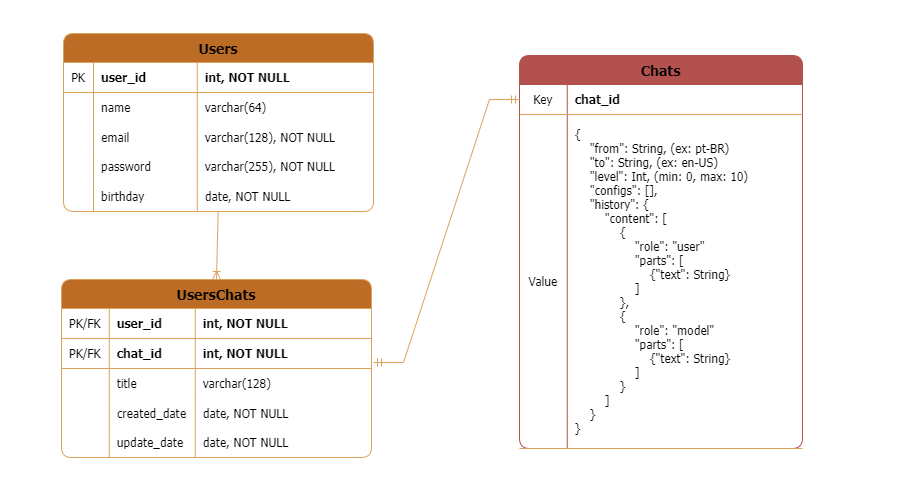
This is docs/DER.drawio.png from Kaindall/ByTongue_DSM, a draw.io export, as it was before one commit. Source tidied: cells renumbered, new cells last; positions are measured from the earlier drawing's top-left corner, leaving out a move shared by most shapes.
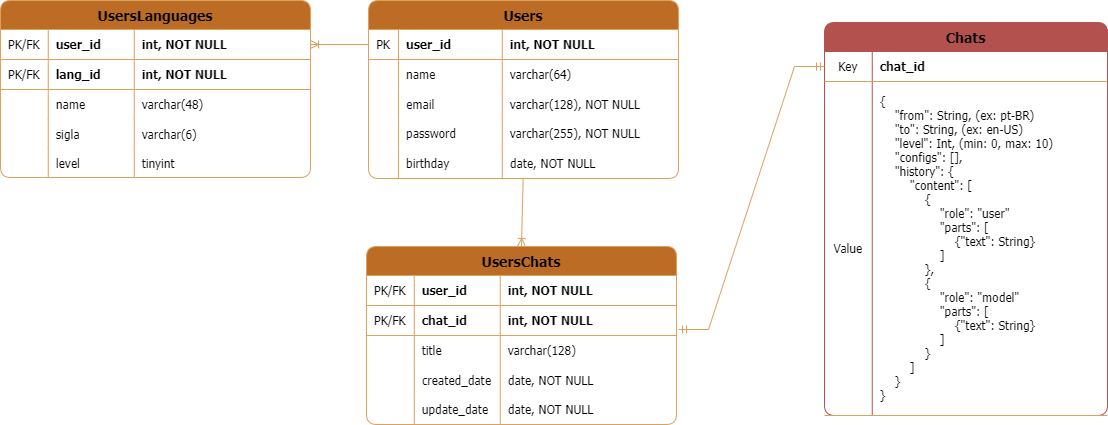
Above is the later version.

Diff of the diagram source:
```diff
@@ -163,5 +163,77 @@
         <mxPoint x="312" y="329" as="sourcePoint" />
       </mxGeometry>
     </mxCell>
+    <mxCell id="55" value="UsersLanguages" style="shape=table;startSize=29;rowLines=0;fontStyle=1;align=center;rounded=1;labelBackgroundColor=none;fillColor=#BC6C25;strokeColor=#DDA15E;fontColor=#000000;fontFamily=Tahoma;fontSize=14;textShadow=0;arcSize=12;" parent="1" vertex="1">
+      <mxGeometry x="-366" width="310" height="177" as="geometry" />
+    </mxCell>
+    <mxCell id="56" style="shape=partialRectangle;fillColor=none;points=[[0,0.5],[1,0.5]];portConstraint=eastwest;top=0;left=0;right=0;bottom=1;rounded=1;labelBackgroundColor=none;strokeColor=#DDA15E;fontColor=#000000;fontFamily=Tahoma;fontSize=12;fontStyle=0;textShadow=0;" parent="55" vertex="1">
+      <mxGeometry y="29" width="310" height="30" as="geometry" />
+    </mxCell>
+    <mxCell id="57" value="PK/FK" style="shape=partialRectangle;overflow=hidden;fillColor=none;top=0;left=0;bottom=0;right=0;fontStyle=0;rounded=1;labelBackgroundColor=none;strokeColor=#DDA15E;fontColor=#000000;fontFamily=Tahoma;fontSize=12;textShadow=0;" parent="56" vertex="1">
+      <mxGeometry width="47.8" height="30" as="geometry" />
+    </mxCell>
+    <mxCell id="58" value="user_id" style="shape=partialRectangle;overflow=hidden;fillColor=none;top=0;left=0;bottom=0;right=0;align=left;spacingLeft=6;fontStyle=1;rounded=1;labelBackgroundColor=none;strokeColor=#DDA15E;fontColor=#000000;fontFamily=Tahoma;fontSize=12;textShadow=0;" parent="56" vertex="1">
+      <mxGeometry x="47.8" width="86" height="30" as="geometry" />
+    </mxCell>
+    <mxCell id="59" value="int, NOT NULL" style="shape=partialRectangle;overflow=hidden;fillColor=none;top=0;left=0;bottom=0;right=0;align=left;spacingLeft=6;fontStyle=1;rounded=1;labelBackgroundColor=none;strokeColor=#DDA15E;fontColor=#000000;fontFamily=Tahoma;fontSize=12;textShadow=0;" parent="56" vertex="1">
+      <mxGeometry x="133.8" width="176.2" height="30" as="geometry" />
+    </mxCell>
+    <mxCell id="60" style="shape=partialRectangle;fillColor=none;top=0;left=0;right=0;bottom=1;rounded=1;labelBackgroundColor=none;strokeColor=#DDA15E;fontColor=#000000;fontFamily=Tahoma;fontSize=12;fontStyle=0;textShadow=0;" parent="55" vertex="1">
+      <mxGeometry y="59" width="310" height="30" as="geometry" />
+    </mxCell>
+    <mxCell id="61" value="PK/FK" style="shape=partialRectangle;overflow=hidden;fillColor=none;top=0;left=0;bottom=0;right=0;fontStyle=0;rounded=1;labelBackgroundColor=none;strokeColor=#DDA15E;fontColor=#000000;fontFamily=Tahoma;fontSize=12;textShadow=0;" parent="60" vertex="1">
+      <mxGeometry width="47.8" height="30" as="geometry" />
+    </mxCell>
+    <mxCell id="62" value="lang_id" style="shape=partialRectangle;overflow=hidden;fillColor=none;top=0;left=0;bottom=0;right=0;align=left;spacingLeft=6;fontStyle=1;rounded=1;labelBackgroundColor=none;strokeColor=#DDA15E;fontColor=#000000;fontFamily=Tahoma;fontSize=12;textShadow=0;" parent="60" vertex="1">
+      <mxGeometry x="47.8" width="86" height="30" as="geometry" />
+    </mxCell>
+    <mxCell id="63" value="int, NOT NULL" style="shape=partialRectangle;overflow=hidden;fillColor=none;top=0;left=0;bottom=0;right=0;align=left;spacingLeft=6;fontStyle=1;rounded=1;labelBackgroundColor=none;strokeColor=#DDA15E;fontColor=#000000;fontFamily=Tahoma;fontSize=12;textShadow=0;" parent="60" vertex="1">
+      <mxGeometry x="133.8" width="176.2" height="30" as="geometry" />
+    </mxCell>
+    <mxCell id="64" style="shape=partialRectangle;fillColor=none;top=0;left=0;right=0;bottom=0;rounded=1;labelBackgroundColor=none;strokeColor=#DDA15E;fontColor=#000000;fontFamily=Tahoma;fontSize=12;fontStyle=0;textShadow=0;" parent="55" vertex="1">
+      <mxGeometry y="89" width="310" height="30" as="geometry" />
+    </mxCell>
+    <mxCell id="65" style="shape=partialRectangle;overflow=hidden;fillColor=none;top=0;left=0;bottom=0;right=0;rounded=1;labelBackgroundColor=none;strokeColor=#DDA15E;fontColor=#000000;fontFamily=Tahoma;fontSize=12;fontStyle=0;textShadow=0;" parent="64" vertex="1">
+      <mxGeometry width="47.8" height="30" as="geometry" />
+    </mxCell>
+    <mxCell id="66" value="name" style="shape=partialRectangle;overflow=hidden;fillColor=none;top=0;left=0;bottom=0;right=0;align=left;spacingLeft=6;rounded=1;labelBackgroundColor=none;strokeColor=#DDA15E;fontColor=#000000;fontFamily=Tahoma;fontSize=12;fontStyle=0;textShadow=0;" parent="64" vertex="1">
+      <mxGeometry x="47.8" width="86" height="30" as="geometry" />
+    </mxCell>
+    <mxCell id="67" value="varchar(48)" style="shape=partialRectangle;overflow=hidden;fillColor=none;top=0;left=0;bottom=0;right=0;align=left;spacingLeft=6;rounded=1;labelBackgroundColor=none;strokeColor=#DDA15E;fontColor=#000000;fontFamily=Tahoma;fontSize=12;fontStyle=0;textShadow=0;" parent="64" vertex="1">
+      <mxGeometry x="133.8" width="176.2" height="30" as="geometry" />
+    </mxCell>
+    <mxCell id="68" style="shape=partialRectangle;fillColor=none;top=0;left=0;right=0;bottom=0;rounded=1;labelBackgroundColor=none;strokeColor=#DDA15E;fontColor=#000000;fontFamily=Tahoma;fontSize=12;fontStyle=0;textShadow=0;shadow=0;" parent="55" vertex="1">
+      <mxGeometry y="119" width="310" height="29" as="geometry" />
+    </mxCell>
+    <mxCell id="69" style="shape=partialRectangle;overflow=hidden;fillColor=none;top=0;left=0;bottom=0;right=0;rounded=1;labelBackgroundColor=none;strokeColor=#DDA15E;fontColor=#000000;fontFamily=Tahoma;fontSize=12;fontStyle=0;textShadow=0;" parent="68" vertex="1">
+      <mxGeometry width="47.8" height="29" as="geometry" />
+    </mxCell>
+    <mxCell id="70" value="sigla" style="shape=partialRectangle;overflow=hidden;fillColor=none;top=0;left=0;bottom=0;right=0;align=left;spacingLeft=6;rounded=1;labelBackgroundColor=none;strokeColor=#DDA15E;fontColor=#000000;fontFamily=Tahoma;fontSize=12;fontStyle=0;textShadow=0;strokeWidth=1;" parent="68" vertex="1">
+      <mxGeometry x="47.8" width="86" height="29" as="geometry" />
+    </mxCell>
+    <mxCell id="71" value="varchar(6)" style="shape=partialRectangle;overflow=hidden;fillColor=none;top=0;left=0;bottom=0;right=0;align=left;spacingLeft=6;rounded=1;labelBackgroundColor=none;strokeColor=#DDA15E;fontColor=#000000;fontFamily=Tahoma;fontSize=12;fontStyle=0;textShadow=0;" parent="68" vertex="1">
+      <mxGeometry x="133.8" width="176.2" height="29" as="geometry" />
+    </mxCell>
+    <mxCell id="72" style="shape=partialRectangle;fillColor=none;top=0;left=0;right=0;bottom=0;rounded=1;labelBackgroundColor=none;strokeColor=#DDA15E;fontColor=#000000;fontFamily=Tahoma;fontSize=12;fontStyle=0;textShadow=0;shadow=0;" parent="55" vertex="1">
+      <mxGeometry y="148" width="310" height="29" as="geometry" />
+    </mxCell>
+    <mxCell id="73" style="shape=partialRectangle;overflow=hidden;fillColor=none;top=0;left=0;bottom=0;right=0;rounded=1;labelBackgroundColor=none;strokeColor=#DDA15E;fontColor=#000000;fontFamily=Tahoma;fontSize=12;fontStyle=0;textShadow=0;" parent="72" vertex="1">
+      <mxGeometry width="47.8" height="29" as="geometry" />
+    </mxCell>
+    <mxCell id="74" value="level" style="shape=partialRectangle;overflow=hidden;fillColor=none;top=0;left=0;bottom=0;right=0;align=left;spacingLeft=6;rounded=1;labelBackgroundColor=none;strokeColor=#DDA15E;fontColor=#000000;fontFamily=Tahoma;fontSize=12;fontStyle=0;textShadow=0;strokeWidth=1;" parent="72" vertex="1">
+      <mxGeometry x="47.8" width="86" height="29" as="geometry" />
+    </mxCell>
+    <mxCell id="75" value="tinyint" style="shape=partialRectangle;overflow=hidden;fillColor=none;top=0;left=0;bottom=0;right=0;align=left;spacingLeft=6;rounded=1;labelBackgroundColor=none;strokeColor=#DDA15E;fontColor=#000000;fontFamily=Tahoma;fontSize=12;fontStyle=0;textShadow=0;" parent="72" vertex="1">
+      <mxGeometry x="133.8" width="176.2" height="29" as="geometry" />
+    </mxCell>
+    <mxCell id="76" style="fontSize=12;html=1;endArrow=ERoneToMany;rounded=0;strokeColor=#DDA15E;fontColor=#000000;fillColor=#BC6C25;entryX=1;entryY=0.5;entryDx=0;entryDy=0;exitX=0;exitY=0.5;exitDx=0;exitDy=0;" parent="1" edge="1" source="3" target="56">
+      <mxGeometry relative="1" as="geometry" />
+    </mxCell>
+    <mxCell id="77" style="edgeLabel;html=1;align=center;verticalAlign=middle;strokeColor=#DDA15E;fontColor=#000000;fillColor=#BC6C25;" parent="76" vertex="1">
+      <mxGeometry x="0.13" y="-2" relative="1" as="geometry" />
+    </mxCell>
+    <mxCell id="78" style="edgeLabel;html=1;align=center;verticalAlign=middle;strokeColor=#DDA15E;fontColor=#000000;fillColor=#BC6C25;" parent="76" vertex="1">
+      <mxGeometry x="-0.15" y="1" relative="1" as="geometry" />
+    </mxCell>
   </root>
 </mxGraphModel>
```
